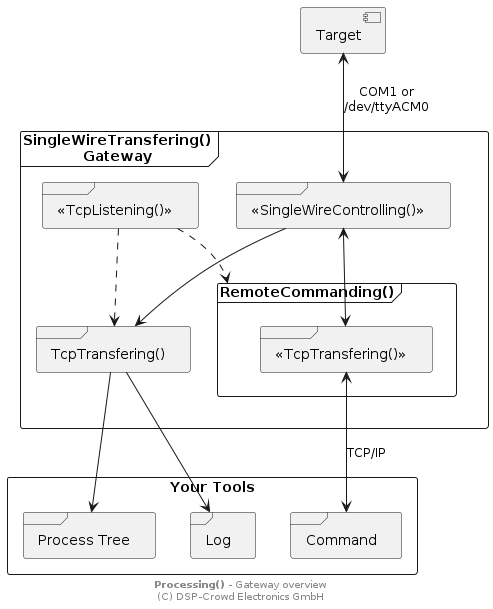
This is doc/system/overview-gw.png from NoOrientationProgramming/code-orb, a PlantUML export, as it was before one commit.
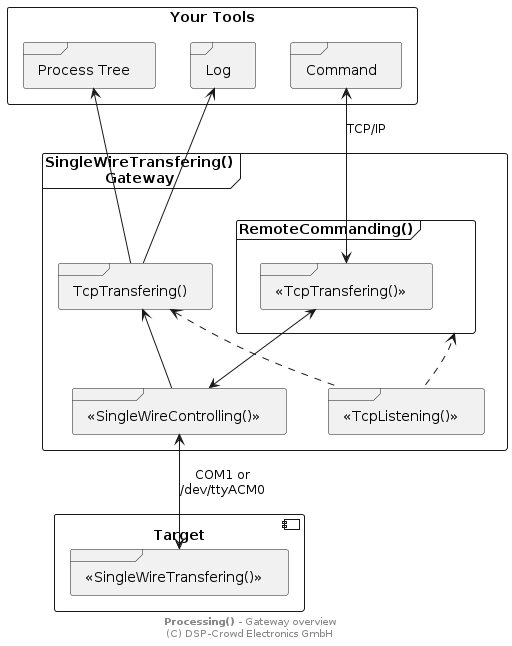
After the commit.

Change to the diagram source:
```diff
@@ -1,35 +1,39 @@
 @startuml
 
 
-component "Target" as pTarget
+rectangle "Your Tools" as gTools {
+
+	frame "Process Tree" as pTree
+	frame "Log" as pLog
+	frame "Command" as pCmd
+}
 
 frame "SingleWireTransfering()\nGateway" as pGw {
 
-  frame "<<SingleWireControlling()>>" as pSwt
-  frame "<<TcpListening()>>" as pTcp
-  frame "TcpTransfering()" as pTrans
-  frame "RemoteCommanding()" as pCmdRemote {
-    frame "<<TcpTransfering()>>" as pTrans2
-  }
+	frame "<<SingleWireControlling()>>" as pSwc
+	frame "<<TcpListening()>>" as pTcp
+	frame "TcpTransfering()" as pTrans
+	frame "RemoteCommanding()" as pCmdRemote {
+		frame "<<TcpTransfering()>>" as pTrans2
+	}
 }
 
-rectangle "Your Tools" as gTools {
-  frame "Process Tree" as pTree
-  frame "Log" as pLog
-  frame "Command" as pCmd
+component "Target" as pTarget {
+
+	frame "<<SingleWireTransfering()>>" as pSwt
 }
 
-pTarget <--> pSwt : "COM1 or\n/dev/ttyACM0"
+pTree <-- pTrans
+pLog <-- pTrans
+pCmd <--> pTrans2 : "TCP/IP"
 
-pTcp ..> pTrans
-pTcp ..> pCmdRemote
+pTrans <-- pSwc
+pTrans2 <--> pSwc
 
-pSwt --> pTrans
-pSwt <--> pTrans2
+pTrans <.. pTcp
+pCmdRemote <.. pTcp
 
-pTrans --> pTree
-pTrans --> pLog
-pTrans2 <--> pCmd : "TCP/IP"
+pSwc <--> pSwt : "COM1 or\n/dev/ttyACM0"
 
 footer **Processing()** - Gateway overview\n(C) DSP-Crowd Electronics GmbH
 
```
